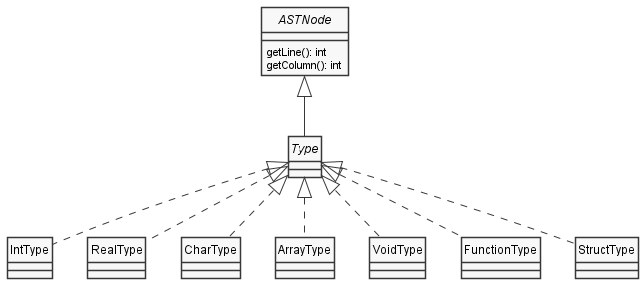
Before: docs/diagrams/Types.png, a diagram exported from PlantUML (uo271288/dlp-compiler).
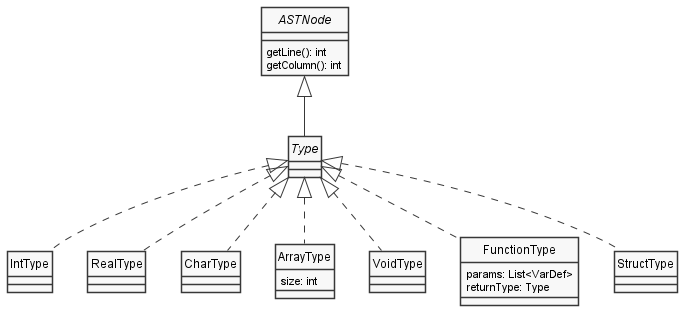
After the commit.

Diff of the diagram source:
```diff
@@ -15,11 +15,16 @@
 
 class CharType
 
-class ArrayType
+class ArrayType {
+    size: int
+}
 
 class VoidType
 
-class FunctionType
+class FunctionType {
+    params: List<VarDef>
+    returnType: Type
+}
 
 class StructType
 
```
